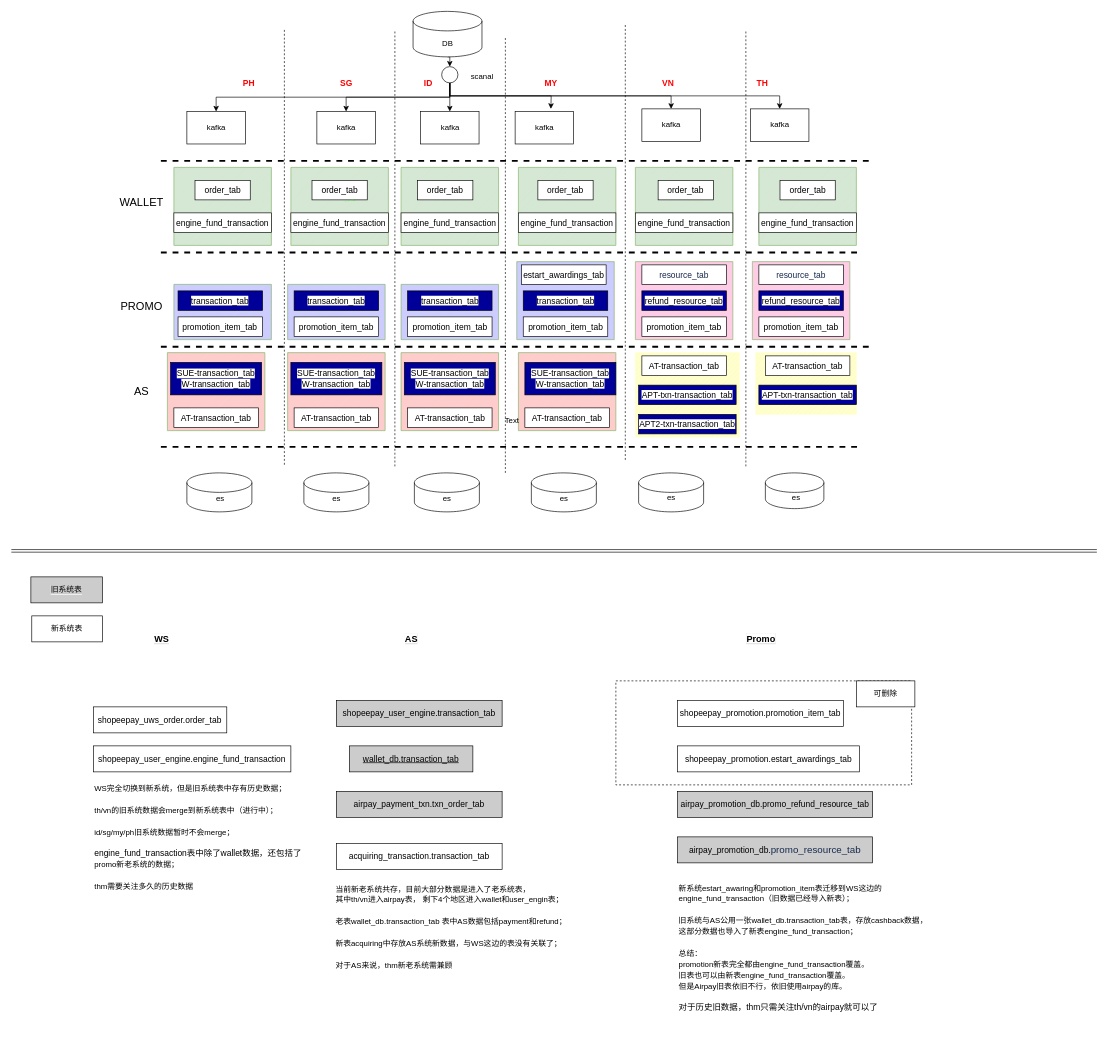
Above: Untitled Diagram.drawio in LadyTao/learn (draw.io), before the change. Source tidied: cells renumbered, new cells numbered last; positions are measured from the earlier drawing's top-left corner, leaving out a move shared by most shapes. Both pictures are drawn from the tidied source at 65%, with x=0, y=0 at pixel (11, 11).
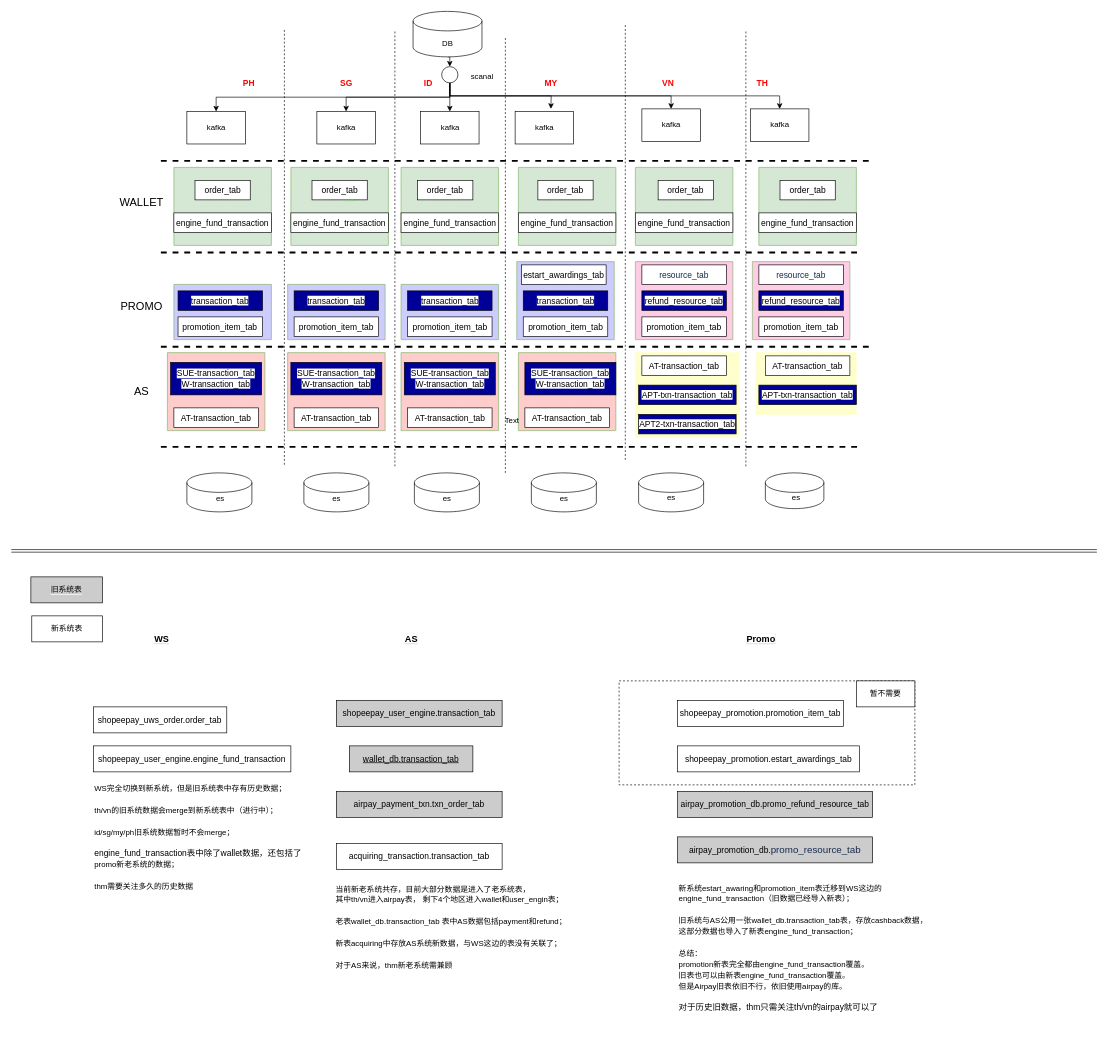
Above is the later version.

Diff of the diagram source:
```diff
@@
     <mxCell id="2" style="rounded=0;whiteSpace=wrap;html=1;labelBackgroundColor=#FFFFFF;fontSize=12;fontColor=#000000;strokeColor=#000000;fillColor=#FFFFFF;dashed=1;" parent="1" vertex="1">
-      <mxGeometry x="930" y="1030" width="455" height="160" as="geometry" />
+      <mxGeometry x="935" y="1030" width="455" height="160" as="geometry" />
     </mxCell>
@@
-    <mxCell id="148" value="可删除" style="rounded=0;whiteSpace=wrap;html=1;labelBackgroundColor=#FFFFFF;fontSize=12;fontColor=#000000;strokeColor=#000000;fillColor=#FFFFFF;" parent="1" vertex="1">
+    <mxCell id="148" value="暂不需要" style="rounded=0;whiteSpace=wrap;html=1;labelBackgroundColor=#FFFFFF;fontSize=12;fontColor=#000000;strokeColor=#000000;fillColor=#FFFFFF;" parent="1" vertex="1">
       <mxGeometry x="1300" y="1030" width="90" height="40" as="geometry" />
     </mxCell>
```
